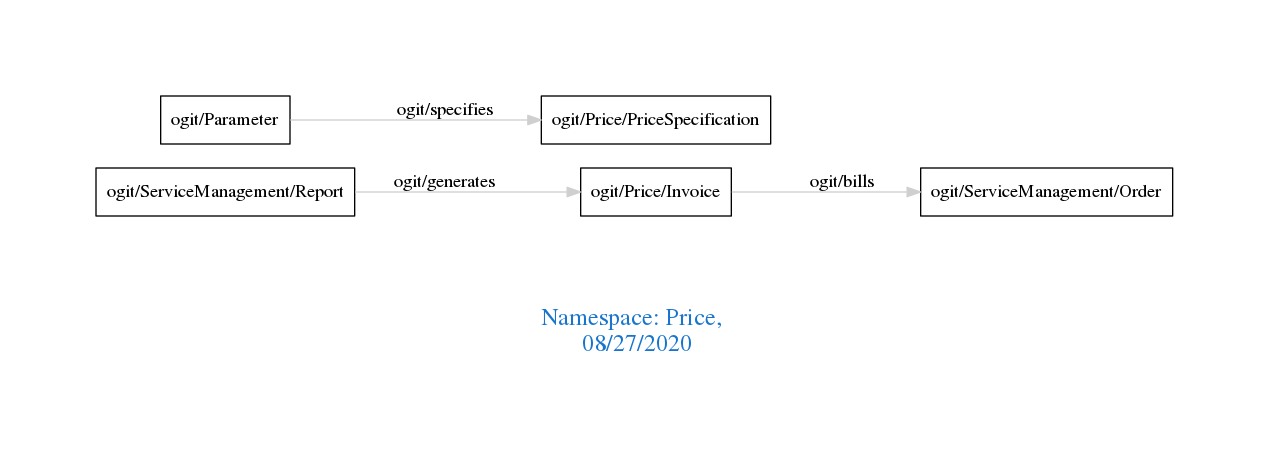
Before: downloads/Price.png, a diagram exported from Graphviz (arago/OGIT). Its source is kept beside it as downloads/Price.dot.
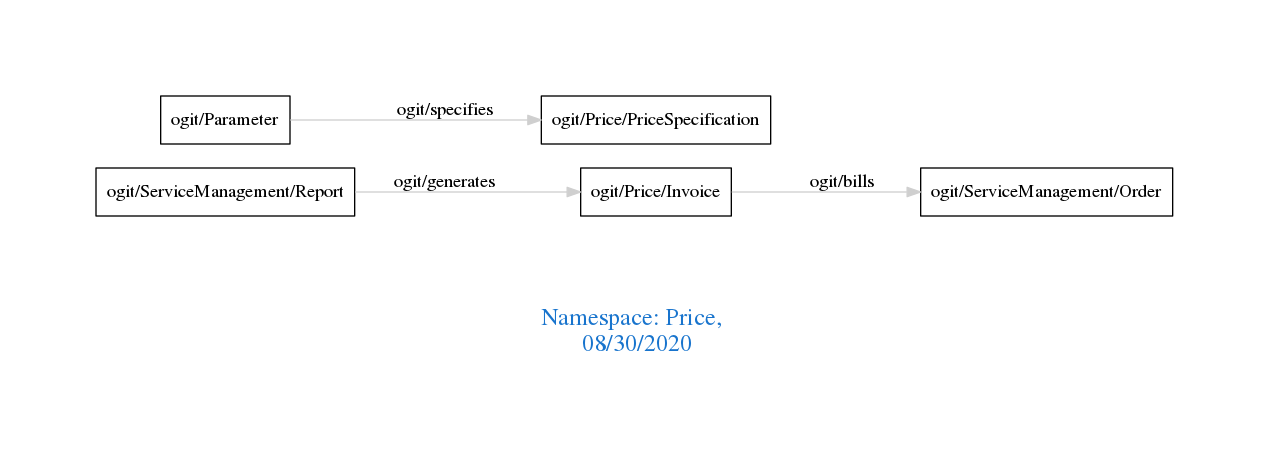
Later version of the same file.

What changed in the source:
```diff
@@ -1,7 +1,7 @@
 digraph OGIT_ontology {
  graph [ rankdir= LR,pad=1
 fontsize = 18,
-fontcolor= dodgerblue3,label = "\n\n\nNamespace: Price, \n 08/27/2020"];
+fontcolor= dodgerblue3,label = "\n\n\nNamespace: Price, \n 08/30/2020"];
 node[shape=polygon];
 edge [  color="gray81"];
 
```
